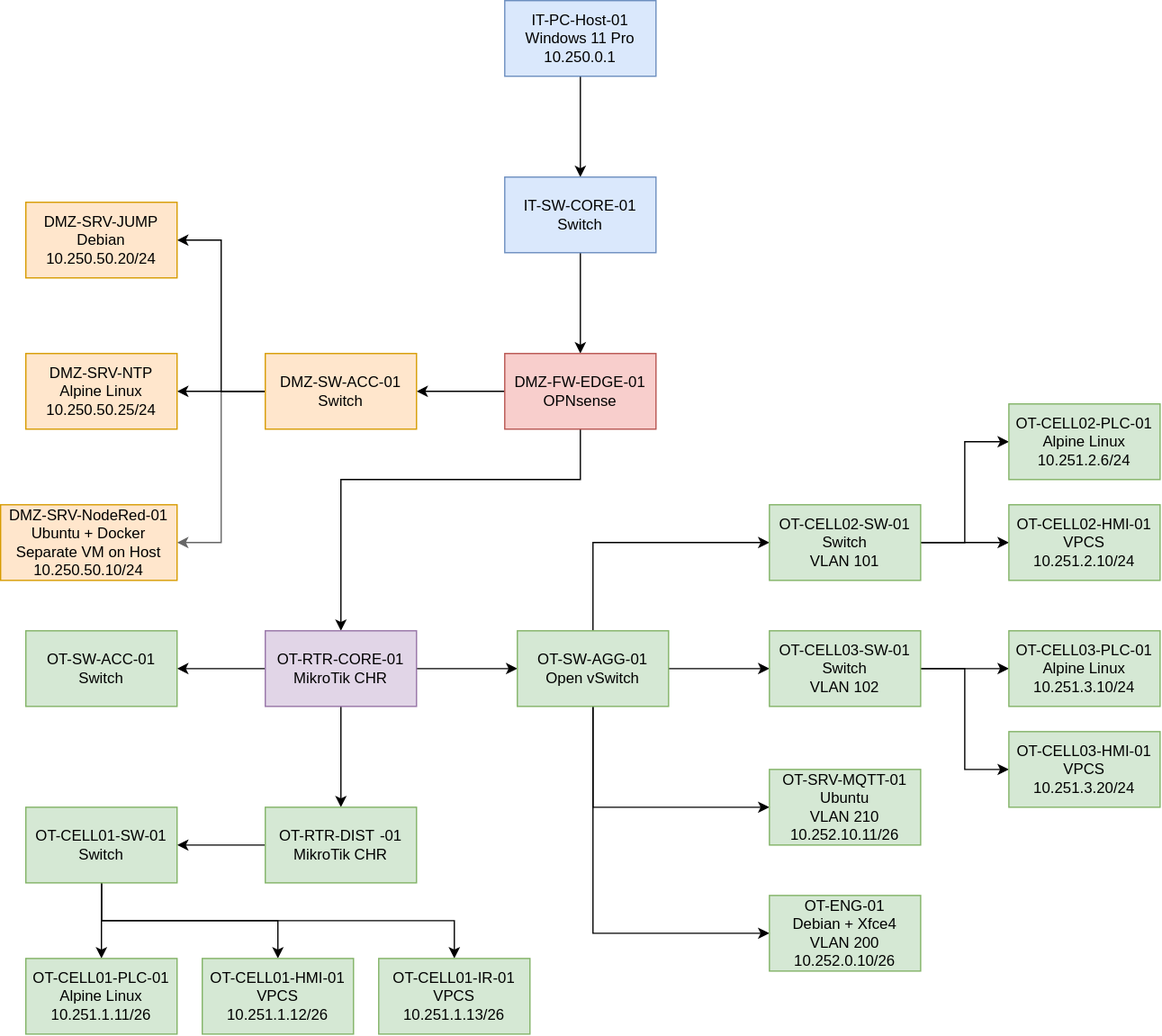
Before: diagrams/Topology.svg, a diagram exported from draw.io (marcin-kolonko/OT-Security-Lab). Source tidied: cells renumbered, new cells last; positions are measured from the earlier drawing's top-left corner, leaving out a move shared by most shapes.
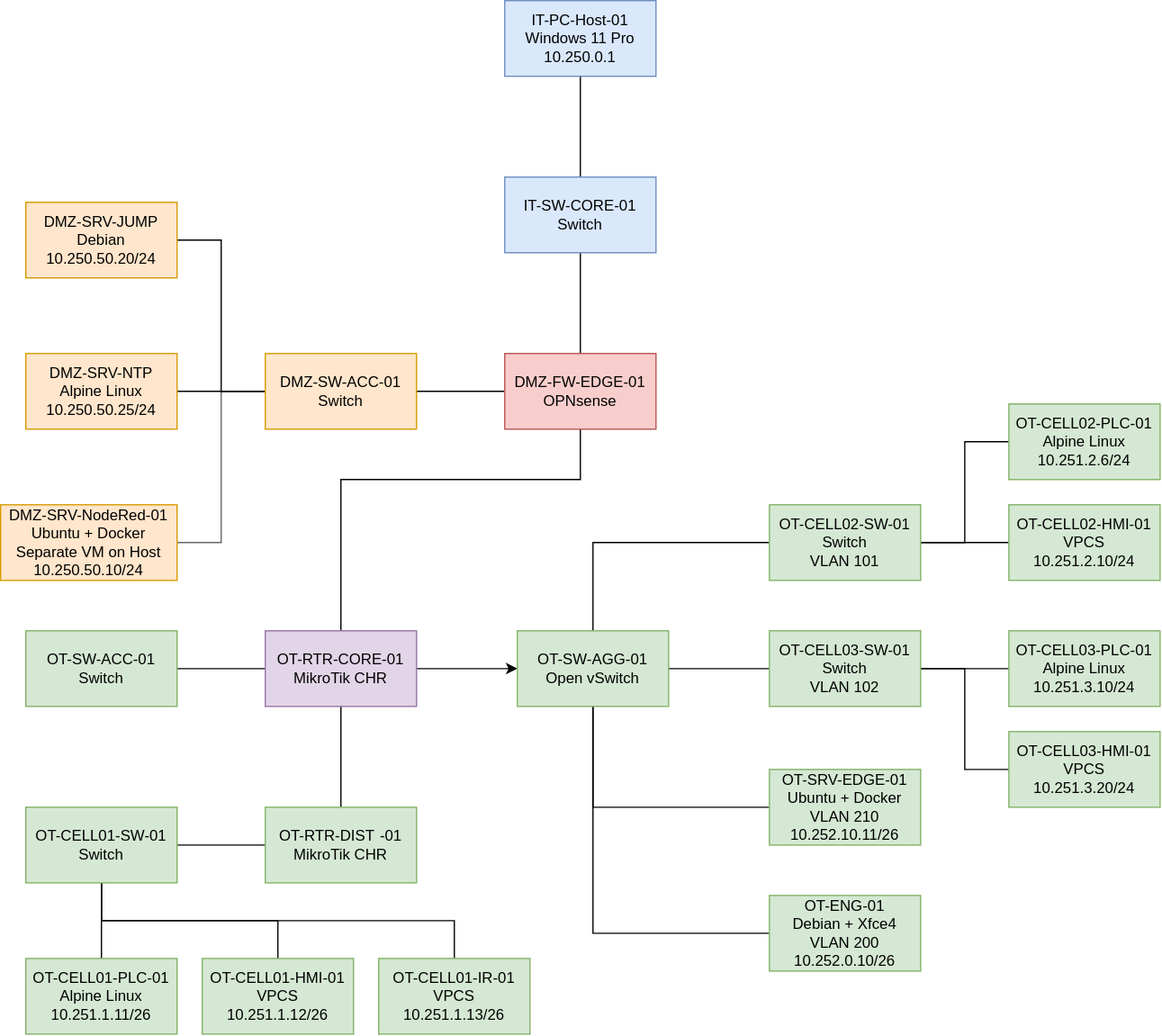
After the commit.

Commit message:
Changed Protocol of OT-CELL02/CELL03-PLC-01 from MQTT to OPC UA, Added Nodes in OT-SRV-EDGE-01 Node-RED to convert OPC UA to MQTT. Changed Firewall rules, and Documentation

What changed in the source:
```diff
@@ -2,22 +2,22 @@
   <root>
     <mxCell id="0" />
     <mxCell id="1" parent="0" />
-    <mxCell id="2" style="edgeStyle=orthogonalEdgeStyle;rounded=0;jettySize=auto;html=1;" parent="1" edge="1" source="3" target="5">
+    <mxCell id="2" style="edgeStyle=orthogonalEdgeStyle;rounded=0;jettySize=auto;html=1;startArrow=none;startFill=0;endArrow=none;endFill=0;" parent="1" edge="1" source="3" target="5">
       <mxGeometry relative="1" as="geometry" />
     </mxCell>
     <mxCell id="3" value="IT-PC-Host-01&lt;br&gt;Windows 11 Pro&lt;div&gt;10.250.0.1&lt;/div&gt;" style="rounded=0;whiteSpace=wrap;html=1;fillColor=#dae8fc;strokeColor=#6c8ebf;" parent="1" vertex="1">
       <mxGeometry x="400" width="120" height="60" as="geometry" />
     </mxCell>
-    <mxCell id="4" style="edgeStyle=orthogonalEdgeStyle;rounded=0;jettySize=auto;html=1;" parent="1" edge="1" source="5" target="8">
+    <mxCell id="4" style="edgeStyle=orthogonalEdgeStyle;rounded=0;jettySize=auto;html=1;endArrow=none;endFill=0;" parent="1" edge="1" source="5" target="8">
       <mxGeometry relative="1" as="geometry" />
     </mxCell>
     <mxCell id="5" value="IT-SW-CORE-01&lt;br&gt;Switch" style="rounded=0;whiteSpace=wrap;html=1;fillColor=#dae8fc;strokeColor=#6c8ebf;" parent="1" vertex="1">
       <mxGeometry x="400" y="140" width="120" height="60" as="geometry" />
     </mxCell>
-    <mxCell id="6" style="edgeStyle=orthogonalEdgeStyle;rounded=0;jettySize=auto;html=1;" parent="1" edge="1" source="8" target="12">
+    <mxCell id="6" style="edgeStyle=orthogonalEdgeStyle;rounded=0;jettySize=auto;html=1;startArrow=none;startFill=0;endArrow=none;endFill=0;" parent="1" edge="1" source="8" target="12">
       <mxGeometry relative="1" as="geometry" />
     </mxCell>
-    <mxCell id="7" style="edgeStyle=orthogonalEdgeStyle;rounded=0;jettySize=auto;html=1;exitX=0.5;exitY=1;exitDx=0;exitDy=0;" parent="1" edge="1" source="8" target="17">
+    <mxCell id="7" style="edgeStyle=orthogonalEdgeStyle;rounded=0;jettySize=auto;html=1;exitX=0.5;exitY=1;exitDx=0;exitDy=0;endArrow=none;endFill=0;" parent="1" edge="1" source="8" target="17">
       <mxGeometry relative="1" as="geometry">
         <Array as="points">
           <mxPoint x="460" y="380" />
@@ -28,13 +28,13 @@
     <mxCell id="8" value="DMZ-FW-EDGE-01&lt;div&gt;OPNsense&lt;/div&gt;" style="rounded=0;whiteSpace=wrap;html=1;fillColor=#f8cecc;strokeColor=#b85450;" parent="1" vertex="1">
       <mxGeometry x="400" y="280" width="120" height="60" as="geometry" />
     </mxCell>
-    <mxCell id="9" style="edgeStyle=orthogonalEdgeStyle;rounded=0;jettySize=auto;html=1;fillColor=#f5f5f5;strokeColor=#666666;entryX=1;entryY=0.5;entryDx=0;entryDy=0;" parent="1" edge="1" source="12" target="13">
+    <mxCell id="9" style="edgeStyle=orthogonalEdgeStyle;rounded=0;jettySize=auto;html=1;fillColor=#f5f5f5;strokeColor=#666666;entryX=1;entryY=0.5;entryDx=0;entryDy=0;endArrow=none;endFill=0;" parent="1" edge="1" source="12" target="13">
       <mxGeometry relative="1" as="geometry" />
     </mxCell>
-    <mxCell id="10" style="edgeStyle=orthogonalEdgeStyle;rounded=0;jettySize=auto;html=1;exitX=0;exitY=0.5;exitDx=0;exitDy=0;entryX=1;entryY=0.5;entryDx=0;entryDy=0;" parent="1" edge="1" source="12" target="45">
+    <mxCell id="10" style="edgeStyle=orthogonalEdgeStyle;rounded=0;jettySize=auto;html=1;exitX=0;exitY=0.5;exitDx=0;exitDy=0;entryX=1;entryY=0.5;entryDx=0;entryDy=0;endArrow=none;endFill=0;" parent="1" edge="1" source="12" target="45">
       <mxGeometry relative="1" as="geometry" />
     </mxCell>
-    <mxCell id="11" style="edgeStyle=orthogonalEdgeStyle;rounded=0;jettySize=auto;html=1;" parent="1" edge="1" source="12" target="46">
+    <mxCell id="11" style="edgeStyle=orthogonalEdgeStyle;rounded=0;jettySize=auto;html=1;startArrow=none;startFill=0;endArrow=none;endFill=0;" parent="1" edge="1" source="12" target="46">
       <mxGeometry relative="1" as="geometry" />
     </mxCell>
     <mxCell id="12" value="DMZ-SW-ACC-01&lt;div&gt;Switch&lt;/div&gt;" style="rounded=0;whiteSpace=wrap;html=1;fillColor=#ffe6cc;strokeColor=#d79b00;" parent="1" vertex="1">
@@ -46,31 +46,31 @@
     <mxCell id="14" style="edgeStyle=orthogonalEdgeStyle;rounded=0;jettySize=auto;html=1;" parent="1" edge="1" source="17" target="22">
       <mxGeometry relative="1" as="geometry" />
     </mxCell>
-    <mxCell id="15" style="edgeStyle=orthogonalEdgeStyle;rounded=0;jettySize=auto;html=1;" parent="1" edge="1" source="17" target="24">
+    <mxCell id="15" style="edgeStyle=orthogonalEdgeStyle;rounded=0;jettySize=auto;html=1;endArrow=none;endFill=0;" parent="1" edge="1" source="17" target="24">
       <mxGeometry relative="1" as="geometry" />
     </mxCell>
-    <mxCell id="16" style="edgeStyle=orthogonalEdgeStyle;rounded=0;jettySize=auto;html=1;" parent="1" edge="1" source="17" target="25">
+    <mxCell id="16" style="edgeStyle=orthogonalEdgeStyle;rounded=0;jettySize=auto;html=1;endArrow=none;endFill=0;" parent="1" edge="1" source="17" target="25">
       <mxGeometry relative="1" as="geometry" />
     </mxCell>
     <mxCell id="17" value="OT-RTR-CORE-01&lt;br&gt;MikroTik CHR" style="rounded=0;whiteSpace=wrap;html=1;fillColor=#e1d5e7;strokeColor=#9673a6;" parent="1" vertex="1">
       <mxGeometry x="210" y="500" width="120" height="60" as="geometry" />
     </mxCell>
-    <mxCell id="18" style="edgeStyle=orthogonalEdgeStyle;rounded=0;jettySize=auto;html=1;fillColor=#d5e8d4;strokeColor=#000000;" parent="1" edge="1" source="22" target="28">
+    <mxCell id="18" style="edgeStyle=orthogonalEdgeStyle;rounded=0;jettySize=auto;html=1;fillColor=#d5e8d4;strokeColor=#000000;endArrow=none;endFill=0;" parent="1" edge="1" source="22" target="28">
       <mxGeometry relative="1" as="geometry" />
     </mxCell>
-    <mxCell id="19" style="edgeStyle=orthogonalEdgeStyle;rounded=0;jettySize=auto;html=1;exitX=0.5;exitY=1;exitDx=0;exitDy=0;entryX=0;entryY=0.5;entryDx=0;entryDy=0;fillColor=#d5e8d4;strokeColor=light-dark(#000000, #446e2c);" parent="1" edge="1" source="22" target="29">
+    <mxCell id="19" style="edgeStyle=orthogonalEdgeStyle;rounded=0;jettySize=auto;html=1;exitX=0.5;exitY=1;exitDx=0;exitDy=0;entryX=0;entryY=0.5;entryDx=0;entryDy=0;fillColor=#d5e8d4;strokeColor=light-dark(#000000, #446e2c);endArrow=none;endFill=0;" parent="1" edge="1" source="22" target="29">
       <mxGeometry relative="1" as="geometry" />
     </mxCell>
-    <mxCell id="20" style="edgeStyle=orthogonalEdgeStyle;rounded=0;jettySize=auto;html=1;entryX=0;entryY=0.5;entryDx=0;entryDy=0;exitX=0.5;exitY=0;exitDx=0;exitDy=0;fillColor=#d5e8d4;strokeColor=#000000;" parent="1" edge="1" source="22" target="32">
+    <mxCell id="20" style="edgeStyle=orthogonalEdgeStyle;rounded=0;jettySize=auto;html=1;entryX=0;entryY=0.5;entryDx=0;entryDy=0;exitX=0.5;exitY=0;exitDx=0;exitDy=0;fillColor=#d5e8d4;strokeColor=#000000;endArrow=none;endFill=0;" parent="1" edge="1" source="22" target="32">
       <mxGeometry relative="1" as="geometry" />
     </mxCell>
-    <mxCell id="21" style="edgeStyle=orthogonalEdgeStyle;rounded=0;jettySize=auto;html=1;entryX=0;entryY=0.5;entryDx=0;entryDy=0;exitX=0.5;exitY=1;exitDx=0;exitDy=0;" parent="1" edge="1" source="22" target="44">
+    <mxCell id="21" style="edgeStyle=orthogonalEdgeStyle;rounded=0;jettySize=auto;html=1;entryX=0;entryY=0.5;entryDx=0;entryDy=0;exitX=0.5;exitY=1;exitDx=0;exitDy=0;endArrow=none;endFill=0;" parent="1" edge="1" source="22" target="44">
       <mxGeometry relative="1" as="geometry" />
     </mxCell>
     <mxCell id="22" value="OT-SW-AGG-01&lt;br&gt;Open vSwitch" style="rounded=0;whiteSpace=wrap;html=1;fillColor=#d5e8d4;strokeColor=#82b366;" parent="1" vertex="1">
       <mxGeometry x="410" y="500" width="120" height="60" as="geometry" />
     </mxCell>
-    <mxCell id="23" style="edgeStyle=orthogonalEdgeStyle;rounded=0;jettySize=auto;html=1;fillColor=#d5e8d4;strokeColor=#000000;" parent="1" edge="1" source="24" target="36">
+    <mxCell id="23" style="edgeStyle=orthogonalEdgeStyle;rounded=0;jettySize=auto;html=1;fillColor=#d5e8d4;strokeColor=#000000;endArrow=none;endFill=0;" parent="1" edge="1" source="24" target="36">
       <mxGeometry relative="1" as="geometry" />
     </mxCell>
     <mxCell id="24" value="OT-RTR-DIST&lt;span style=&quot;white-space: pre;&quot;&gt;&#9;&lt;/span&gt;-01&lt;br&gt;MikroTik CHR" style="rounded=0;whiteSpace=wrap;html=1;fillColor=#d5e8d4;strokeColor=#82b366;" parent="1" vertex="1">
@@ -79,34 +79,34 @@
     <mxCell id="25" value="OT-SW-ACC-01&lt;br&gt;Switch" style="rounded=0;whiteSpace=wrap;html=1;fillColor=#d5e8d4;strokeColor=#82b366;" parent="1" vertex="1">
       <mxGeometry x="20" y="500" width="120" height="60" as="geometry" />
     </mxCell>
-    <mxCell id="26" style="edgeStyle=orthogonalEdgeStyle;rounded=0;jettySize=auto;html=1;fillColor=#d5e8d4;strokeColor=#000000;" parent="1" edge="1" source="28" target="42">
+    <mxCell id="26" style="edgeStyle=orthogonalEdgeStyle;rounded=0;jettySize=auto;html=1;fillColor=#d5e8d4;strokeColor=#000000;endArrow=none;endFill=0;" parent="1" edge="1" source="28" target="42">
       <mxGeometry relative="1" as="geometry" />
     </mxCell>
-    <mxCell id="27" style="edgeStyle=orthogonalEdgeStyle;rounded=0;jettySize=auto;html=1;entryX=0;entryY=0.5;entryDx=0;entryDy=0;fillColor=#d5e8d4;strokeColor=#000000;" parent="1" edge="1" source="28" target="43">
+    <mxCell id="27" style="edgeStyle=orthogonalEdgeStyle;rounded=0;jettySize=auto;html=1;entryX=0;entryY=0.5;entryDx=0;entryDy=0;fillColor=#d5e8d4;strokeColor=#000000;endArrow=none;endFill=0;" parent="1" edge="1" source="28" target="43">
       <mxGeometry relative="1" as="geometry" />
     </mxCell>
     <mxCell id="28" value="OT-CELL03-SW-01&lt;br&gt;&lt;div&gt;Switch&lt;br&gt;VLAN 102&lt;/div&gt;" style="rounded=0;whiteSpace=wrap;html=1;fillColor=#d5e8d4;strokeColor=#82b366;" parent="1" vertex="1">
       <mxGeometry x="610" y="500" width="120" height="60" as="geometry" />
     </mxCell>
-    <mxCell id="29" value="OT-SRV-MQTT-01&lt;div&gt;Ubuntu&lt;/div&gt;&lt;div&gt;VLAN 210&lt;/div&gt;&lt;div&gt;10.252.10.11/26&lt;/div&gt;" style="rounded=0;whiteSpace=wrap;html=1;fillColor=#d5e8d4;strokeColor=#82b366;" parent="1" vertex="1">
+    <mxCell id="29" value="OT-SRV-EDGE-01&lt;div&gt;Ubuntu + Docker&lt;/div&gt;&lt;div&gt;VLAN 210&lt;/div&gt;&lt;div&gt;10.252.10.11/26&lt;/div&gt;" style="rounded=0;whiteSpace=wrap;html=1;fillColor=#d5e8d4;strokeColor=#82b366;" parent="1" vertex="1">
       <mxGeometry x="610" y="610" width="120" height="60" as="geometry" />
     </mxCell>
-    <mxCell id="30" style="edgeStyle=orthogonalEdgeStyle;rounded=0;jettySize=auto;html=1;fillColor=#d5e8d4;strokeColor=#000000;" parent="1" edge="1" source="32" target="41">
+    <mxCell id="30" style="edgeStyle=orthogonalEdgeStyle;rounded=0;jettySize=auto;html=1;fillColor=#d5e8d4;strokeColor=#000000;endArrow=none;endFill=0;" parent="1" edge="1" source="32" target="41">
       <mxGeometry relative="1" as="geometry" />
     </mxCell>
-    <mxCell id="31" style="edgeStyle=orthogonalEdgeStyle;rounded=0;jettySize=auto;html=1;entryX=0;entryY=0.5;entryDx=0;entryDy=0;fillColor=#d5e8d4;strokeColor=#000000;" parent="1" edge="1" source="32" target="40">
+    <mxCell id="31" style="edgeStyle=orthogonalEdgeStyle;rounded=0;jettySize=auto;html=1;entryX=0;entryY=0.5;entryDx=0;entryDy=0;fillColor=#d5e8d4;strokeColor=#000000;endArrow=none;endFill=0;" parent="1" edge="1" source="32" target="40">
       <mxGeometry relative="1" as="geometry" />
     </mxCell>
     <mxCell id="32" value="OT-CELL02-SW-01&lt;br&gt;&lt;div&gt;Switch&lt;br&gt;VLAN 101&lt;/div&gt;" style="rounded=0;whiteSpace=wrap;html=1;fillColor=#d5e8d4;strokeColor=#82b366;" parent="1" vertex="1">
       <mxGeometry x="610" y="400" width="120" height="60" as="geometry" />
     </mxCell>
-    <mxCell id="33" style="edgeStyle=orthogonalEdgeStyle;rounded=0;jettySize=auto;html=1;fillColor=#d5e8d4;strokeColor=#000000;exitX=0.5;exitY=1;exitDx=0;exitDy=0;" parent="1" edge="1" source="36" target="37">
+    <mxCell id="33" style="edgeStyle=orthogonalEdgeStyle;rounded=0;jettySize=auto;html=1;fillColor=#d5e8d4;strokeColor=#000000;exitX=0.5;exitY=1;exitDx=0;exitDy=0;endArrow=none;endFill=0;" parent="1" edge="1" source="36" target="37">
       <mxGeometry relative="1" as="geometry" />
     </mxCell>
-    <mxCell id="34" style="edgeStyle=orthogonalEdgeStyle;rounded=0;jettySize=auto;html=1;exitX=0.5;exitY=1;exitDx=0;exitDy=0;fillColor=#d5e8d4;strokeColor=#000000;" parent="1" edge="1" source="36" target="39">
+    <mxCell id="34" style="edgeStyle=orthogonalEdgeStyle;rounded=0;jettySize=auto;html=1;exitX=0.5;exitY=1;exitDx=0;exitDy=0;fillColor=#d5e8d4;strokeColor=#000000;endArrow=none;endFill=0;" parent="1" edge="1" source="36" target="39">
       <mxGeometry relative="1" as="geometry" />
     </mxCell>
-    <mxCell id="35" style="edgeStyle=orthogonalEdgeStyle;rounded=0;jettySize=auto;html=1;exitX=0.5;exitY=1;exitDx=0;exitDy=0;fillColor=#d5e8d4;strokeColor=#000000;" parent="1" edge="1" source="36" target="38">
+    <mxCell id="35" style="edgeStyle=orthogonalEdgeStyle;rounded=0;jettySize=auto;html=1;exitX=0.5;exitY=1;exitDx=0;exitDy=0;fillColor=#d5e8d4;strokeColor=#000000;endArrow=none;endFill=0;" parent="1" edge="1" source="36" target="38">
       <mxGeometry relative="1" as="geometry" />
     </mxCell>
     <mxCell id="36" value="OT-CELL01-SW-01&lt;div&gt;Switch&lt;/div&gt;" style="whiteSpace=wrap;html=1;rounded=0;fillColor=#d5e8d4;strokeColor=#82b366;" parent="1" vertex="1">
```
